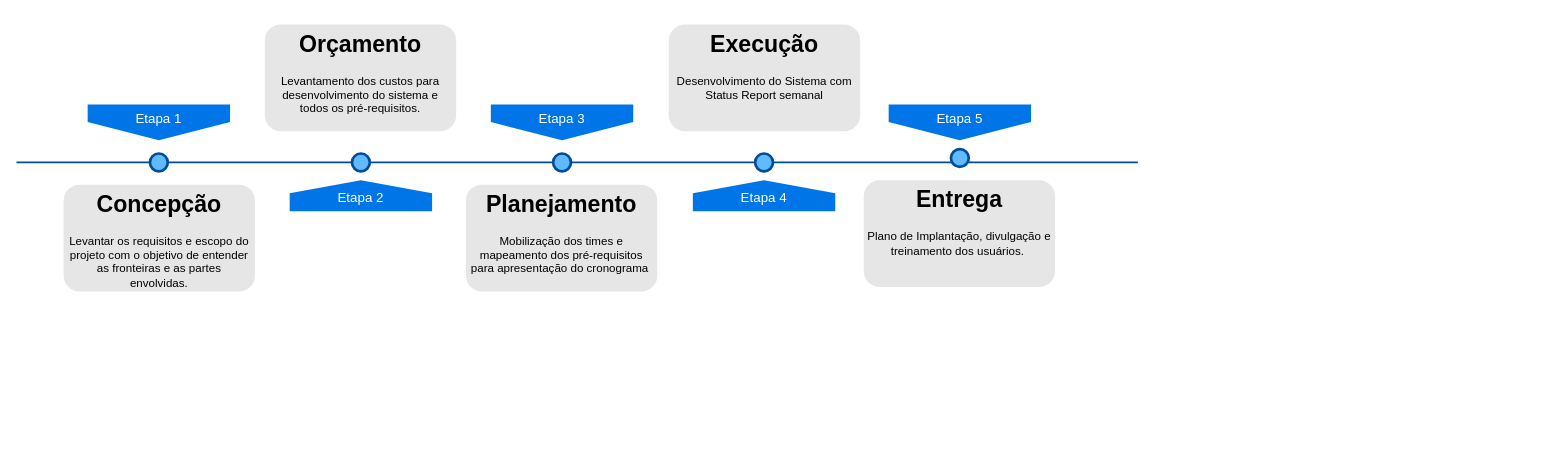
The draw.io diagram Untitled Diagram.drawio in anlugifa/drawio, before the edit. Source tidied: cells renumbered, new cells numbered last; positions are measured from the earlier drawing's top-left corner, leaving out a move shared by most shapes. Both pictures are drawn from the tidied source at 89%, with x=0, y=0 at pixel (16, 24).
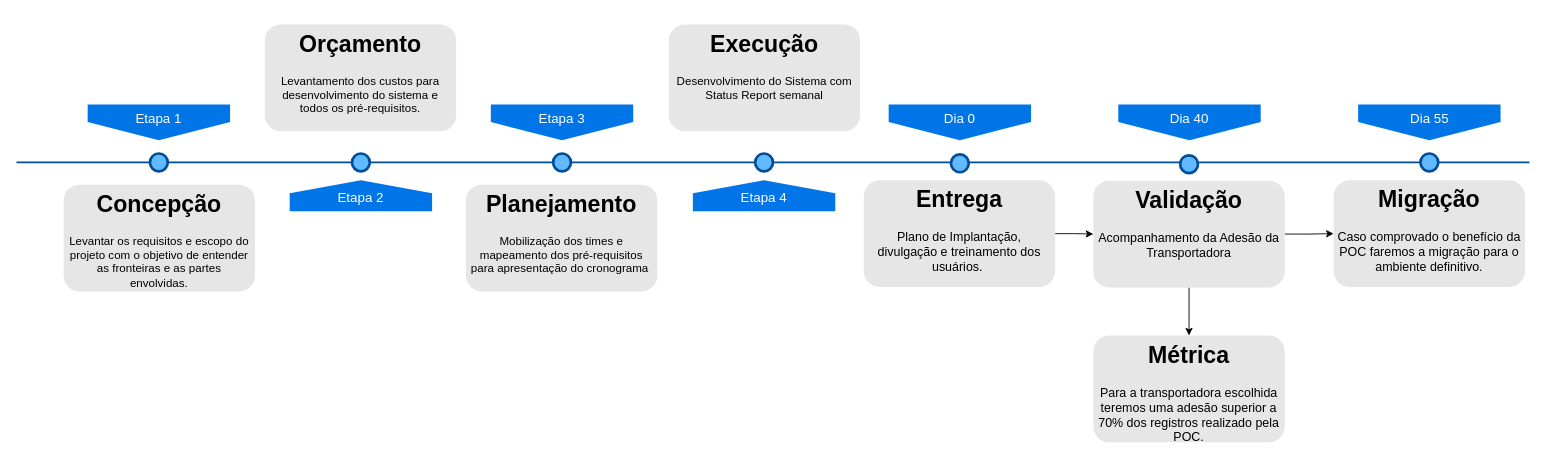
The same diagram, later.

What changed in the source:
```diff
@@
     <mxCell id="2" style="line;strokeWidth=2;html=1;fillColor=none;fontSize=28;fontColor=#004D99;strokeColor=#004D99;" parent="1" vertex="1">
-      <mxGeometry y="150" width="1260" height="10" as="geometry" />
+      <mxGeometry y="150" width="1700" height="10" as="geometry" />
     </mxCell>
@@
     <mxCell id="15" style="ellipse;whiteSpace=wrap;html=1;fillColor=#61BAFF;fontSize=28;fontColor=#004D99;strokeWidth=3;strokeColor=#004D99;" parent="1" vertex="1">
-      <mxGeometry x="1050" y="140" width="20" height="20" as="geometry" />
+      <mxGeometry x="1050" y="146" width="20" height="20" as="geometry" />
     </mxCell>
-    <mxCell id="16" value="&lt;span&gt;Etapa 5&lt;/span&gt;" style="shape=offPageConnector;whiteSpace=wrap;html=1;fillColor=#0075E8;fontSize=15;fontColor=#FFFFFF;size=0.5093750000000015;verticalAlign=top;strokeColor=none;" parent="1" vertex="1">
+    <mxCell id="16" value="&lt;span&gt;Dia 0&lt;/span&gt;" style="shape=offPageConnector;whiteSpace=wrap;html=1;fillColor=#0075E8;fontSize=15;fontColor=#FFFFFF;size=0.5093750000000015;verticalAlign=top;strokeColor=none;" parent="1" vertex="1">
       <mxGeometry x="980" y="90" width="160" height="40" as="geometry" />
     </mxCell>
+    <mxCell id="18" style="edgeStyle=orthogonalEdgeStyle;rounded=0;jettySize=auto;html=1;" parent="1" edge="1" source="17" target="21">
+      <mxGeometry relative="1" as="geometry" />
+    </mxCell>
-    <mxCell id="17" value="&lt;h1&gt;Entrega&lt;/h1&gt;&lt;p&gt;Plano de Implantação, divulgação e treinamento dos usuários.&amp;nbsp;&lt;/p&gt;" style="text;html=1;spacing=5;spacingTop=-20;whiteSpace=wrap;overflow=hidden;strokeColor=none;strokeWidth=3;fillColor=#E6E6E6;fontSize=13;fontColor=#000000;align=center;rounded=1;" parent="1" vertex="1">
+    <mxCell id="17" value="&lt;h1&gt;Entrega&lt;/h1&gt;&lt;p&gt;&lt;font style=&quot;font-size: 14px&quot;&gt;Plano de Implantação, divulgação e treinamento dos usuários.&amp;nbsp;&lt;/font&gt;&lt;/p&gt;" style="text;html=1;spacing=5;spacingTop=-20;whiteSpace=wrap;overflow=hidden;strokeColor=none;strokeWidth=3;fillColor=#E6E6E6;fontSize=13;fontColor=#000000;align=center;rounded=1;" parent="1" vertex="1">
       <mxGeometry x="952" y="175" width="215" height="120" as="geometry" />
     </mxCell>
+    <mxCell id="19" style="edgeStyle=orthogonalEdgeStyle;rounded=0;jettySize=auto;html=1;" parent="1" edge="1" source="21" target="23">
+      <mxGeometry relative="1" as="geometry" />
+    </mxCell>
+    <mxCell id="20" style="edgeStyle=orthogonalEdgeStyle;rounded=0;jettySize=auto;html=1;" parent="1" edge="1" source="21" target="22">
+      <mxGeometry relative="1" as="geometry" />
+    </mxCell>
+    <mxCell id="21" value="&lt;h1&gt;Validação&lt;/h1&gt;&lt;p&gt;&lt;font style=&quot;font-size: 14px&quot;&gt;Acompanhamento da Adesão da Transportadora&lt;/font&gt;&lt;/p&gt;" style="text;html=1;spacing=5;spacingTop=-20;whiteSpace=wrap;overflow=hidden;strokeColor=none;strokeWidth=3;fillColor=#E6E6E6;fontSize=13;fontColor=#000000;align=center;rounded=1;" parent="1" vertex="1">
+      <mxGeometry x="1210" y="175.5" width="215" height="120" as="geometry" />
+    </mxCell>
+    <mxCell id="22" value="&lt;h1&gt;Migração&lt;/h1&gt;&lt;p&gt;&lt;font style=&quot;font-size: 14px&quot;&gt;Caso comprovado o benefício da POC faremos a migração para o ambiente definitivo.&lt;/font&gt;&lt;/p&gt;" style="text;html=1;spacing=5;spacingTop=-20;whiteSpace=wrap;overflow=hidden;strokeColor=none;strokeWidth=3;fillColor=#E6E6E6;fontSize=13;fontColor=#000000;align=center;rounded=1;" parent="1" vertex="1">
+      <mxGeometry x="1480" y="175" width="215" height="120" as="geometry" />
+    </mxCell>
+    <mxCell id="23" value="&lt;h1&gt;Métrica&lt;/h1&gt;&lt;p&gt;&lt;font style=&quot;font-size: 14px&quot;&gt;Para a transportadora escolhida teremos uma adesão superior a 70% dos registros realizado pela POC.&lt;/font&gt;&lt;/p&gt;" style="text;html=1;spacing=5;spacingTop=-20;whiteSpace=wrap;overflow=hidden;strokeColor=none;strokeWidth=3;fillColor=#E6E6E6;fontSize=13;fontColor=#000000;align=center;rounded=1;" parent="1" vertex="1">
+      <mxGeometry x="1210" y="349.5" width="215" height="120" as="geometry" />
+    </mxCell>
+    <mxCell id="24" value="&lt;span&gt;Dia 40&lt;/span&gt;" style="shape=offPageConnector;whiteSpace=wrap;html=1;fillColor=#0075E8;fontSize=15;fontColor=#FFFFFF;size=0.5093750000000015;verticalAlign=top;strokeColor=none;" parent="1" vertex="1">
+      <mxGeometry x="1238" y="90" width="160" height="40" as="geometry" />
+    </mxCell>
+    <mxCell id="25" value="&lt;span&gt;Dia 55&lt;/span&gt;" style="shape=offPageConnector;whiteSpace=wrap;html=1;fillColor=#0075E8;fontSize=15;fontColor=#FFFFFF;size=0.5093750000000015;verticalAlign=top;strokeColor=none;" parent="1" vertex="1">
+      <mxGeometry x="1507.5" y="90" width="160" height="40" as="geometry" />
+    </mxCell>
+    <mxCell id="26" style="ellipse;whiteSpace=wrap;html=1;fillColor=#61BAFF;fontSize=28;fontColor=#004D99;strokeWidth=3;strokeColor=#004D99;" parent="1" vertex="1">
+      <mxGeometry x="1307.5" y="147" width="20" height="20" as="geometry" />
+    </mxCell>
+    <mxCell id="27" style="ellipse;whiteSpace=wrap;html=1;fillColor=#61BAFF;fontSize=28;fontColor=#004D99;strokeWidth=3;strokeColor=#004D99;" parent="1" vertex="1">
+      <mxGeometry x="1577.5" y="145" width="20" height="20" as="geometry" />
+    </mxCell>
```
